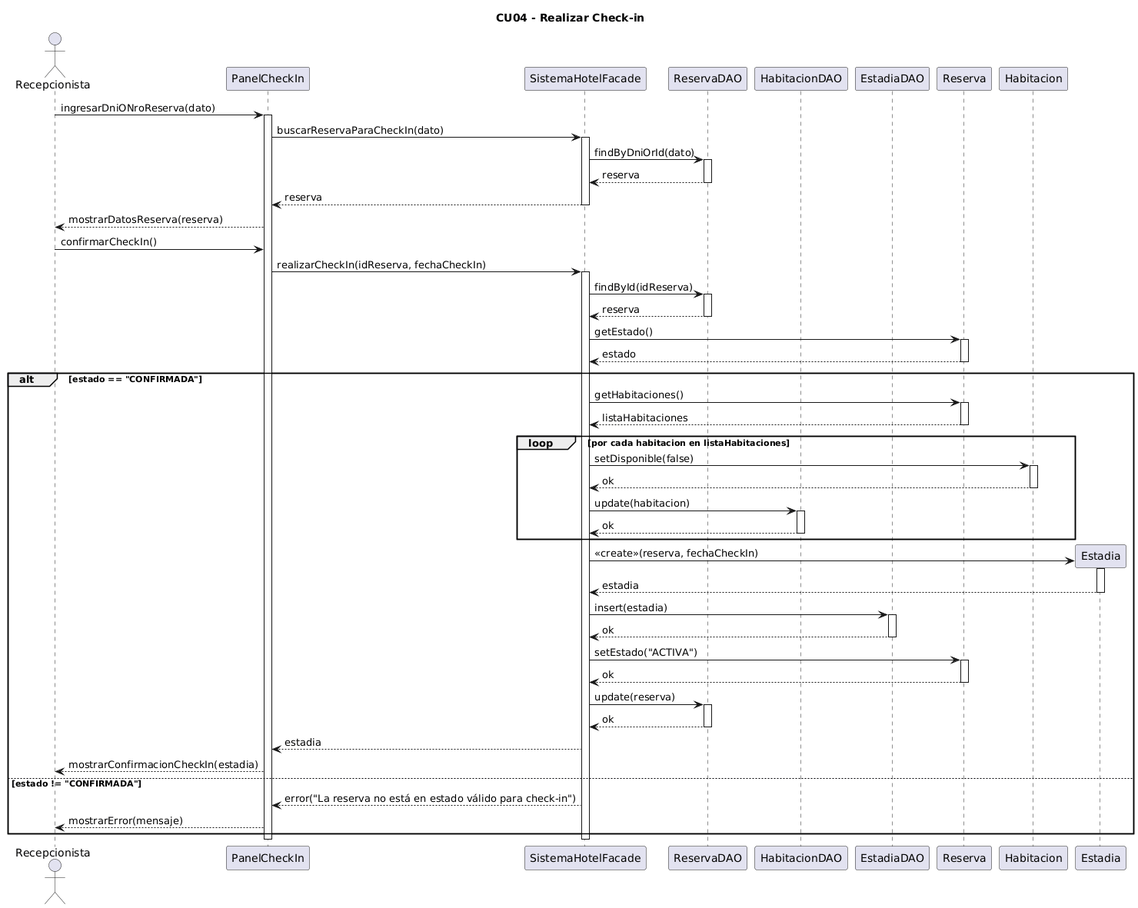
Above: documentacion/diagramas/TeamVita-Check-in.png in joaacoo/TeamVita-sistema-hotelero (PlantUML), before the change.
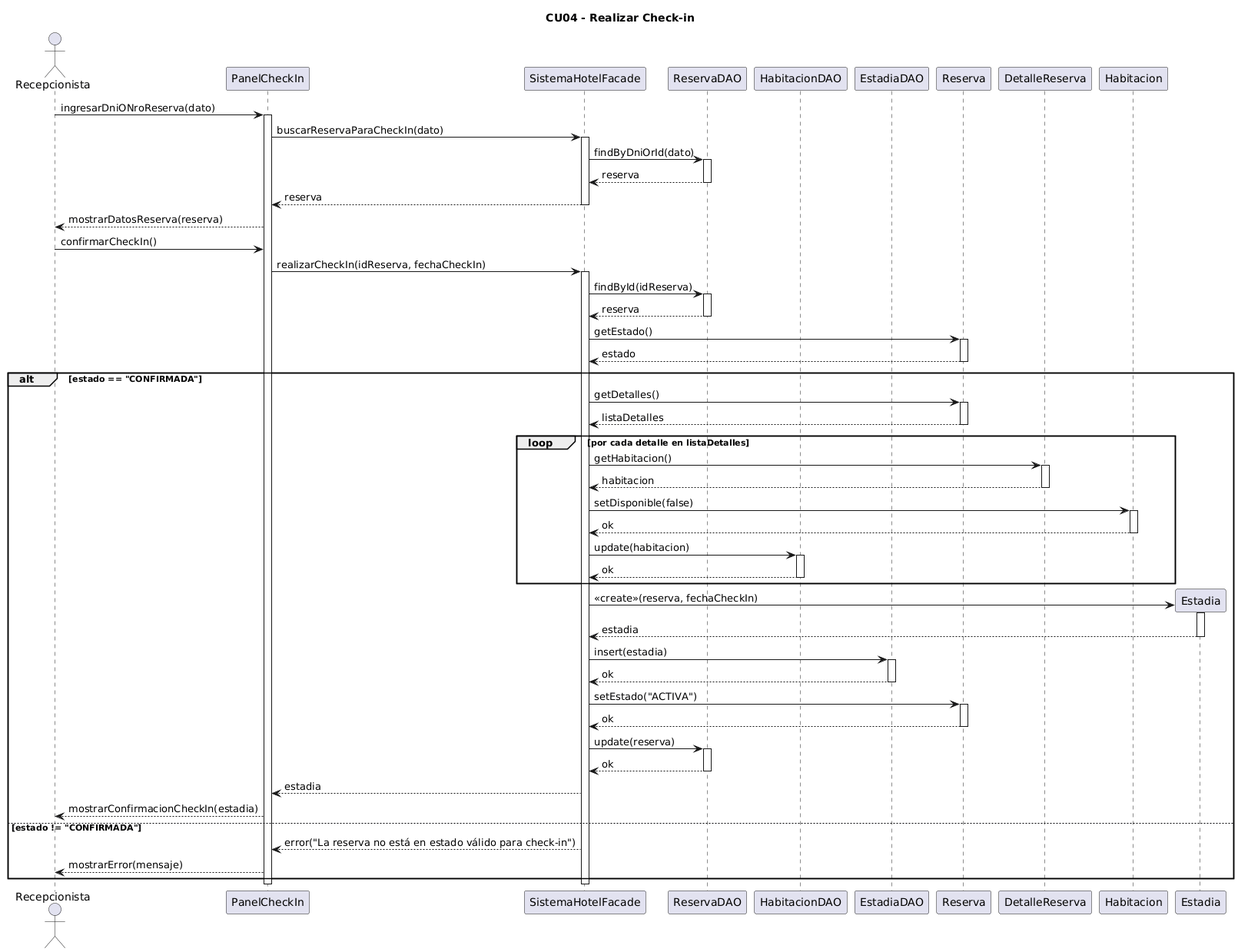
After the change.

Commit message:
Correccion del diagrama de secuencia de Check-in

The edit, as a diff of the source:
```diff
@@ -9,6 +9,7 @@
 participant "HabitacionDAO" as HabitacionDAO
 participant "EstadiaDAO" as EstadiaDAO
 participant "Reserva" as Reserva
+participant "DetalleReserva" as Detalle
 participant "Habitacion" as Habitacion
 
 Recepcionista -> Panel : ingresarDniONroReserva(dato)
@@ -44,12 +45,17 @@
 
 alt estado == "CONFIRMADA"
 
-    Facade -> Reserva : getHabitaciones()
+    Facade -> Reserva : getDetalles()
     activate Reserva
-    Reserva --> Facade : listaHabitaciones
+    Reserva --> Facade : listaDetalles
     deactivate Reserva
 
-    loop por cada habitacion en listaHabitaciones
+    loop por cada detalle en listaDetalles
+        Facade -> Detalle : getHabitacion()
+        activate Detalle
+        Detalle --> Facade : habitacion
+        deactivate Detalle
+
         Facade -> Habitacion : setDisponible(false)
         activate Habitacion
         Habitacion --> Facade : ok
```
